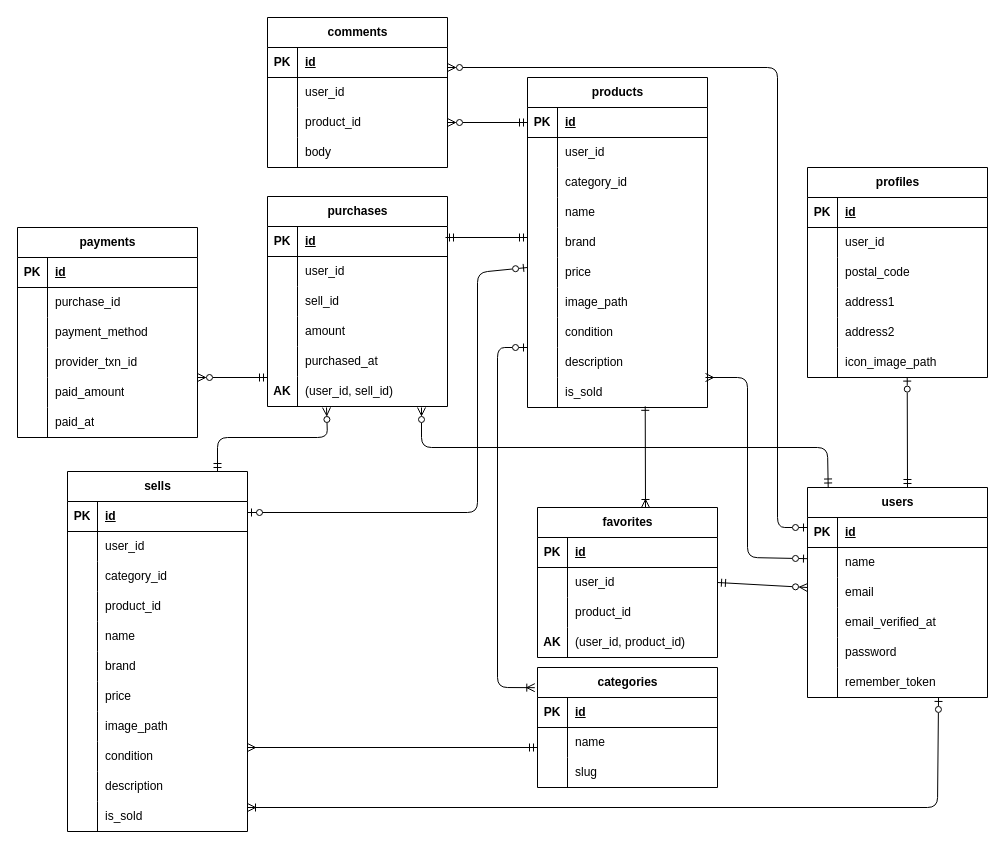
Before: src/index.drawio in simanuki0923/Free-market, a draw.io diagram. Source tidied: cells renumbered, new cells numbered last; positions are measured from the earlier drawing's top-left corner, leaving out a move shared by most shapes. Both pictures are drawn from the tidied source at 100%, with x=0, y=0 at pixel (17, 17).
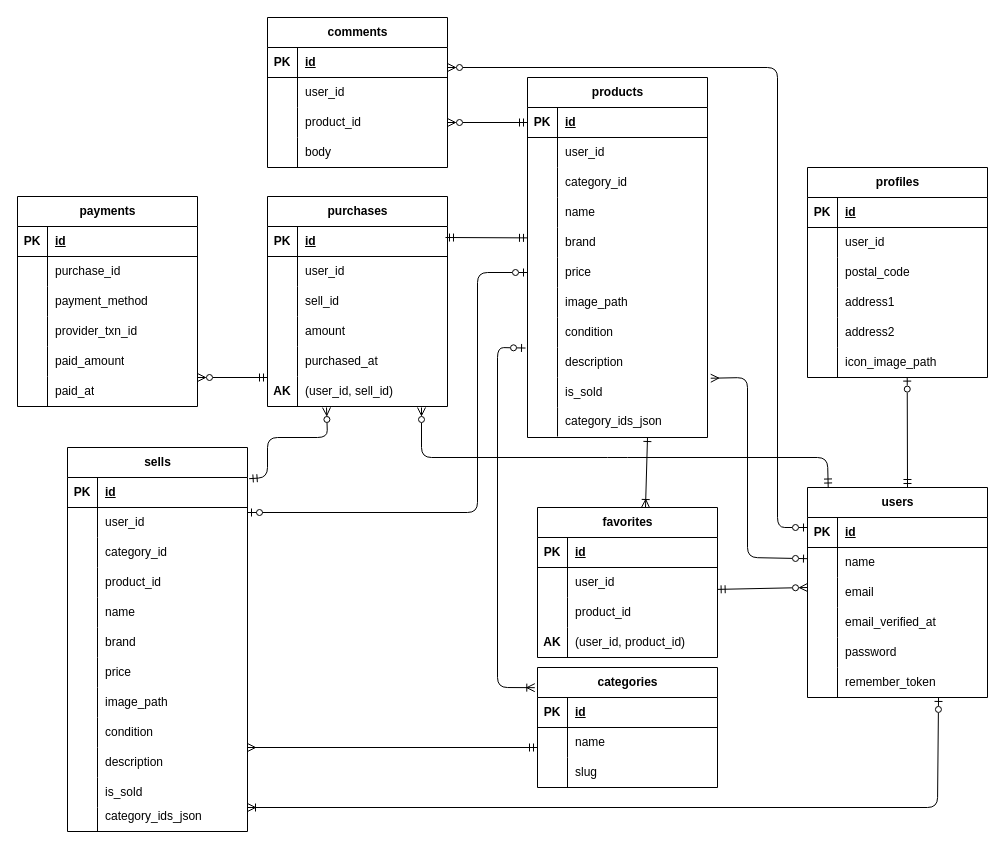
After the change.

Commit message:
2025/10/26 ER図設定編集

Unchanged cells that the change refers to:
```xml
<mxCell id="2" value="categories" style="shape=table;startSize=30;childLayout=tableLayout;rowLines=0;fontStyle=1;align=center;html=1;" parent="1" vertex="1">
  <mxGeometry x="520" y="650" width="180" height="120" as="geometry" />
</mxCell>
<mxCell id="32" style="shape=tableRow;horizontal=0;startSize=0;swimlaneHead=0;swimlaneBody=0;fillColor=none;points=[[0,0.5],[1,0.5]];portConstraint=eastwest;top=0;left=0;right=0;bottom=1;" parent="31" vertex="1">
  <mxGeometry y="30" width="180" height="30" as="geometry" />
</mxCell>
<mxCell id="44" style="shape=tableRow;horizontal=0;startSize=0;swimlaneHead=0;swimlaneBody=0;fillColor=none;points=[[0,0.5],[1,0.5]];portConstraint=eastwest;top=0;left=0;right=0;bottom=0;" parent="31" vertex="1">
  <mxGeometry y="150" width="180" height="30" as="geometry" />
</mxCell>
<mxCell id="47" style="shape=tableRow;horizontal=0;startSize=0;swimlaneHead=0;swimlaneBody=0;fillColor=none;points=[[0,0.5],[1,0.5]];portConstraint=eastwest;top=0;left=0;right=0;bottom=0;" parent="31" vertex="1">
  <mxGeometry y="180" width="180" height="30" as="geometry" />
</mxCell>
<mxCell id="56" style="shape=tableRow;horizontal=0;startSize=0;swimlaneHead=0;swimlaneBody=0;fillColor=none;points=[[0,0.5],[1,0.5]];portConstraint=eastwest;top=0;left=0;right=0;bottom=0;" parent="31" vertex="1">
  <mxGeometry y="270" width="180" height="30" as="geometry" />
</mxCell>
<mxCell id="59" style="shape=tableRow;horizontal=0;startSize=0;swimlaneHead=0;swimlaneBody=0;fillColor=none;points=[[0,0.5],[1,0.5]];portConstraint=eastwest;top=0;left=0;right=0;bottom=0;" parent="31" vertex="1">
  <mxGeometry y="300" width="180" height="30" as="geometry" />
</mxCell>
<mxCell id="66" style="shape=tableRow;horizontal=0;startSize=0;swimlaneHead=0;swimlaneBody=0;fillColor=none;points=[[0,0.5],[1,0.5]];portConstraint=eastwest;top=0;left=0;right=0;bottom=0;" parent="62" vertex="1">
  <mxGeometry y="60" width="180" height="30" as="geometry" />
</mxCell>
<mxCell id="82" style="shape=tableRow;horizontal=0;startSize=0;swimlaneHead=0;swimlaneBody=0;fillColor=none;points=[[0,0.5],[1,0.5]];portConstraint=eastwest;top=0;left=0;right=0;bottom=0;" parent="75" vertex="1">
  <mxGeometry y="90" width="180" height="30" as="geometry" />
</mxCell>
<mxCell id="89" style="shape=tableRow;horizontal=0;startSize=0;swimlaneHead=0;swimlaneBody=0;fillColor=none;points=[[0,0.5],[1,0.5]];portConstraint=eastwest;top=0;left=0;right=0;bottom=1;" parent="88" vertex="1">
  <mxGeometry y="30" width="180" height="30" as="geometry" />
</mxCell>
```

Diff of the diagram source:
```diff
@@
     <mxCell id="31" value="products" style="shape=table;startSize=30;childLayout=tableLayout;rowLines=0;fontStyle=1;align=center;html=1;" parent="1" vertex="1">
-      <mxGeometry x="510" y="60" width="180" height="330" as="geometry" />
+      <mxGeometry x="510" y="60" width="180" height="360" as="geometry" />
     </mxCell>
@@
     <mxCell id="88" value="sells" style="shape=table;startSize=30;childLayout=tableLayout;rowLines=0;fontStyle=1;align=center;html=1;" parent="1" vertex="1">
-      <mxGeometry x="50" y="454" width="180" height="360" as="geometry" />
+      <mxGeometry x="50" y="430" width="180" height="384" as="geometry" />
     </mxCell>
@@
     <mxCell id="141" value="payments" style="shape=table;startSize=30;childLayout=tableLayout;rowLines=0;fontStyle=1;align=center;html=1;" parent="1" vertex="1">
-      <mxGeometry y="210" width="180" height="210" as="geometry" />
+      <mxGeometry y="179" width="180" height="210" as="geometry" />
     </mxCell>
@@
-    <mxCell id="160" style="fontSize=12;html=1;endArrow=ERzeroToOne;startArrow=ERoneToMany;startFill=0;entryX=0;entryY=0;entryDx=0;entryDy=0;entryPerimeter=0;exitX=-0.015;exitY=0.168;exitDx=0;exitDy=0;exitPerimeter=0;endFill=0;" parent="1" edge="1" source="2" target="56">
+    <mxCell id="160" style="fontSize=12;html=1;endArrow=ERzeroToOne;startArrow=ERoneToMany;startFill=0;exitX=-0.015;exitY=0.168;exitDx=0;exitDy=0;exitPerimeter=0;endFill=0;entryX=-0.011;entryY=0.018;entryDx=0;entryDy=0;entryPerimeter=0;" parent="1" edge="1" source="2" target="56">
       <mxGeometry relative="1" as="geometry">
         <Array as="points">
           <mxPoint x="480" y="670" />
           <mxPoint x="480" y="330" />
         </Array>
       </mxGeometry>
     </mxCell>
@@
-    <mxCell id="163" style="fontSize=12;html=1;endArrow=ERzeroToOne;endFill=1;startArrow=ERzeroToOne;startFill=0;exitX=0;exitY=0.5;exitDx=0;exitDy=0;" parent="1" edge="1">
+    <mxCell id="163" style="fontSize=12;html=1;endArrow=ERzeroToOne;endFill=1;startArrow=ERzeroToOne;startFill=0;exitX=0;exitY=0.5;exitDx=0;exitDy=0;" parent="1" edge="1" source="47">
       <mxGeometry relative="1" as="geometry">
-        <mxPoint x="510" y="250" as="sourcePoint" />
         <mxPoint x="230" y="495" as="targetPoint" />
         <Array as="points">
           <mxPoint x="460" y="255" />
           <mxPoint x="460" y="495" />
         </Array>
       </mxGeometry>
     </mxCell>
-    <mxCell id="164" style="endArrow=ERmandOne;html=1;rounded=0;startArrow=ERmandOne;startFill=0;endFill=0;" parent="1" edge="1">
+    <mxCell id="164" style="endArrow=ERmandOne;html=1;rounded=0;startArrow=ERmandOne;startFill=0;endFill=0;entryX=0;entryY=0.346;entryDx=0;entryDy=0;entryPerimeter=0;" parent="1" edge="1" target="44">
       <mxGeometry relative="1" as="geometry">
         <mxPoint x="428" y="220" as="sourcePoint" />
-        <mxPoint x="510" y="220" as="targetPoint" />
       </mxGeometry>
     </mxCell>
@@
-    <mxCell id="167" style="fontSize=12;html=1;endArrow=ERzeroToMany;entryX=1;entryY=0.5;entryDx=0;entryDy=0;endFill=0;startArrow=ERmandOne;startFill=0;" parent="1" edge="1" source="32" target="82">
+    <mxCell id="167" style="fontSize=12;html=1;endArrow=ERzeroToMany;entryX=1;entryY=0.5;entryDx=0;entryDy=0;endFill=0;startArrow=ERmandOne;startFill=0;exitX=0;exitY=0.5;exitDx=0;exitDy=0;" parent="1" edge="1" source="32" target="82">
       <mxGeometry relative="1" as="geometry" />
     </mxCell>
-    <mxCell id="168" style="fontSize=12;html=1;endArrow=ERzeroToMany;startArrow=ERmandOne;startFill=0;endFill=0;exitX=1;exitY=0.5;exitDx=0;exitDy=0;" parent="1" edge="1" source="66">
+    <mxCell id="168" style="fontSize=12;html=1;endArrow=ERzeroToMany;startArrow=ERmandOne;startFill=0;endFill=0;exitX=0.998;exitY=0.73;exitDx=0;exitDy=0;exitPerimeter=0;" parent="1" edge="1" source="66">
       <mxGeometry relative="1" as="geometry">
         <mxPoint x="790" y="570" as="targetPoint" />
       </mxGeometry>
     </mxCell>
-    <mxCell id="169" style="fontSize=12;html=1;endArrow=ERone;startArrow=ERoneToMany;startFill=0;entryX=0.654;entryY=0.961;entryDx=0;entryDy=0;entryPerimeter=0;endFill=0;" parent="1" edge="1" target="59">
+    <mxCell id="169" style="fontSize=12;html=1;endArrow=ERone;startArrow=ERoneToMany;startFill=0;endFill=0;" parent="1" edge="1">
       <mxGeometry relative="1" as="geometry">
         <mxPoint x="628" y="490" as="sourcePoint" />
+        <mxPoint x="630" y="420" as="targetPoint" />
       </mxGeometry>
     </mxCell>
@@
-    <mxCell id="171" style="fontSize=12;html=1;endArrow=ERzeroToOne;startArrow=ERmany;startFill=0;endFill=0;" parent="1" edge="1">
+    <mxCell id="171" style="fontSize=12;html=1;endArrow=ERzeroToOne;startArrow=ERmany;startFill=0;endFill=0;exitX=1.018;exitY=0.024;exitDx=0;exitDy=0;exitPerimeter=0;" parent="1" edge="1" source="59">
       <mxGeometry relative="1" as="geometry">
-        <mxPoint x="688" y="360" as="sourcePoint" />
         <mxPoint x="790" y="541.2" as="targetPoint" />
         <Array as="points">
           <mxPoint x="730" y="360" />
           <mxPoint x="730" y="540" />
         </Array>
       </mxGeometry>
     </mxCell>
-    <mxCell id="172" style="fontSize=12;html=1;endArrow=ERzeroToMany;endFill=0;startArrow=ERmandOne;startFill=0;" parent="1" edge="1">
+    <mxCell id="172" style="fontSize=12;html=1;endArrow=ERzeroToMany;endFill=0;startArrow=ERmandOne;startFill=0;exitX=1.009;exitY=0.04;exitDx=0;exitDy=0;exitPerimeter=0;" parent="1" edge="1" source="89">
       <mxGeometry relative="1" as="geometry">
-        <mxPoint x="200" y="454" as="sourcePoint" />
         <mxPoint x="309" y="390" as="targetPoint" />
         <Array as="points">
-          <mxPoint x="200" y="420" />
+          <mxPoint x="250" y="460" />
+          <mxPoint x="250" y="420" />
           <mxPoint x="310" y="420" />
         </Array>
       </mxGeometry>
     </mxCell>
     <mxCell id="173" style="fontSize=12;html=1;endArrow=ERzeroToMany;startArrow=ERmandOne;exitX=0.115;exitY=-0.003;exitDx=0;exitDy=0;exitPerimeter=0;endFill=0;startFill=0;" parent="1" edge="1">
       <mxGeometry relative="1" as="geometry">
         <mxPoint x="810.7" y="469.5" as="sourcePoint" />
         <mxPoint x="404" y="390" as="targetPoint" />
         <Array as="points">
-          <mxPoint x="810" y="430" />
-          <mxPoint x="404" y="430" />
+          <mxPoint x="810" y="440" />
+          <mxPoint x="600" y="440" />
+          <mxPoint x="404" y="440" />
         </Array>
       </mxGeometry>
     </mxCell>
@@
+    <mxCell id="193" style="shape=tableRow;horizontal=0;startSize=0;swimlaneHead=0;swimlaneBody=0;fillColor=none;top=0;left=0;right=0;bottom=0;" parent="1" vertex="1">
+      <mxGeometry x="510" y="400" width="180" height="30" as="geometry" />
+    </mxCell>
+    <mxCell id="194" style="shape=partialRectangle;fillColor=none;top=0;left=0;bottom=0;right=0;overflow=hidden;whiteSpace=wrap;html=1;" parent="193" vertex="1">
+      <mxGeometry width="30" height="30" as="geometry" />
+    </mxCell>
+    <mxCell id="195" value="category_ids_json" style="shape=partialRectangle;fillColor=none;top=0;left=0;bottom=0;right=0;align=left;spacingLeft=6;overflow=hidden;whiteSpace=wrap;html=1;" parent="1" vertex="1">
+      <mxGeometry x="540" y="389" width="150" height="30" as="geometry" />
+    </mxCell>
+    <mxCell id="196" style="endArrow=none;html=1;entryX=0.167;entryY=1;entryDx=0;entryDy=0;entryPerimeter=0;" parent="1" edge="1" target="59">
+      <mxGeometry relative="1" as="geometry">
+        <mxPoint x="540" y="419" as="sourcePoint" />
+      </mxGeometry>
+    </mxCell>
+    <mxCell id="197" value="category_ids_json" style="shape=partialRectangle;fillColor=none;top=0;left=0;bottom=0;right=0;align=left;spacingLeft=6;overflow=hidden;whiteSpace=wrap;html=1;" parent="1" vertex="1">
+      <mxGeometry x="80" y="784" width="150" height="30" as="geometry" />
+    </mxCell>
+    <mxCell id="198" style="endArrow=none;html=1;" parent="1" edge="1">
+      <mxGeometry relative="1" as="geometry">
+        <mxPoint x="80" y="814" as="sourcePoint" />
+        <mxPoint x="80" y="790" as="targetPoint" />
+      </mxGeometry>
+    </mxCell>
```
